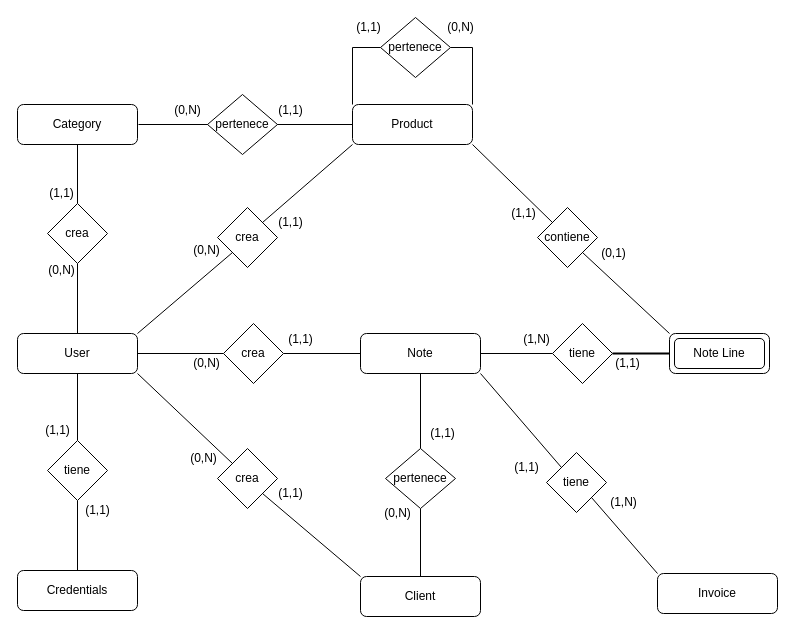
This is Documentacion/Esquemas/ER_Factura.drawio from alejandrogogarcia/TFG_BE, a draw.io file, before an edit. Source tidied: cells renumbered, new cells numbered last; positions are measured from the earlier drawing's top-left corner, leaving out a move shared by most shapes. Both pictures are drawn from the tidied source at 100%, with x=0, y=0 at pixel (17, 17).
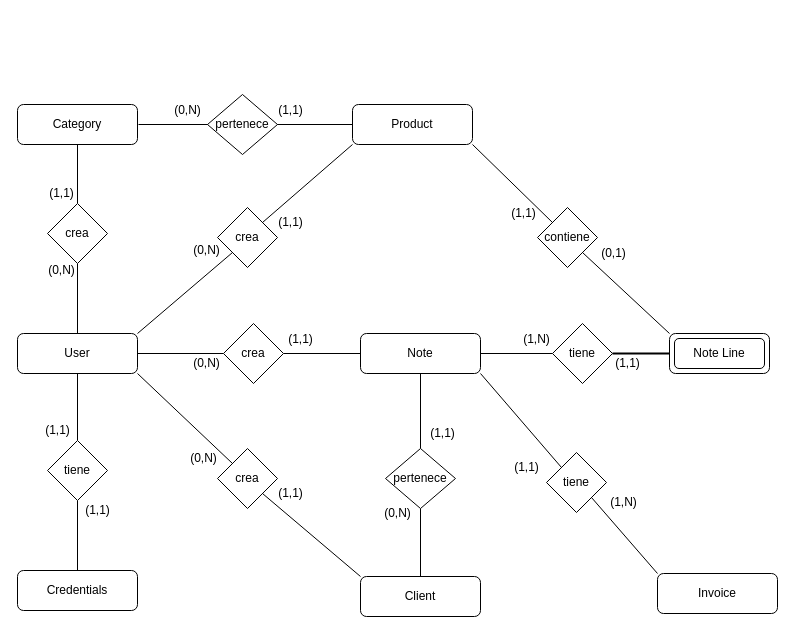
The same page after the edit.

The change refers to these unchanged cells:
```xml
<mxCell id="8" value="Product" style="rounded=1;whiteSpace=wrap;html=1;" parent="1" vertex="1">
  <mxGeometry x="335" y="87" width="120" height="40" as="geometry" />
</mxCell>
```

The edit, as a diff of the source:
```diff
@@
-    <mxCell id="7" style="edgeStyle=orthogonalEdgeStyle;rounded=0;jettySize=auto;html=1;exitX=0;exitY=0;exitDx=0;exitDy=0;entryX=0;entryY=0.5;entryDx=0;entryDy=0;endArrow=none;endFill=0;" parent="1" edge="1" source="8" target="61">
-      <mxGeometry relative="1" as="geometry">
-        <Array as="points">
-          <mxPoint x="335" y="30" />
-        </Array>
-      </mxGeometry>
-    </mxCell>
@@
-    <mxCell id="60" style="edgeStyle=orthogonalEdgeStyle;rounded=0;jettySize=auto;html=1;exitX=1;exitY=0.5;exitDx=0;exitDy=0;entryX=1;entryY=0;entryDx=0;entryDy=0;endArrow=none;endFill=0;" parent="1" edge="1" source="61" target="8">
-      <mxGeometry relative="1" as="geometry">
-        <Array as="points">
-          <mxPoint x="455" y="30" />
-        </Array>
-      </mxGeometry>
-    </mxCell>
-    <mxCell id="61" value="pertenece" style="shape=rhombus;perimeter=rhombusPerimeter;whiteSpace=wrap;html=1;align=center;" parent="1" vertex="1">
-      <mxGeometry x="363" width="70" height="60" as="geometry" />
-    </mxCell>
-    <mxCell id="62" value="(1,1)" style="text;html=1;align=center;verticalAlign=middle;" parent="1" vertex="1">
-      <mxGeometry x="331" width="40" height="20" as="geometry" />
-    </mxCell>
-    <mxCell id="63" value="(0,N)" style="text;html=1;align=center;verticalAlign=middle;" parent="1" vertex="1">
-      <mxGeometry x="423" width="40" height="20" as="geometry" />
-    </mxCell>
```
